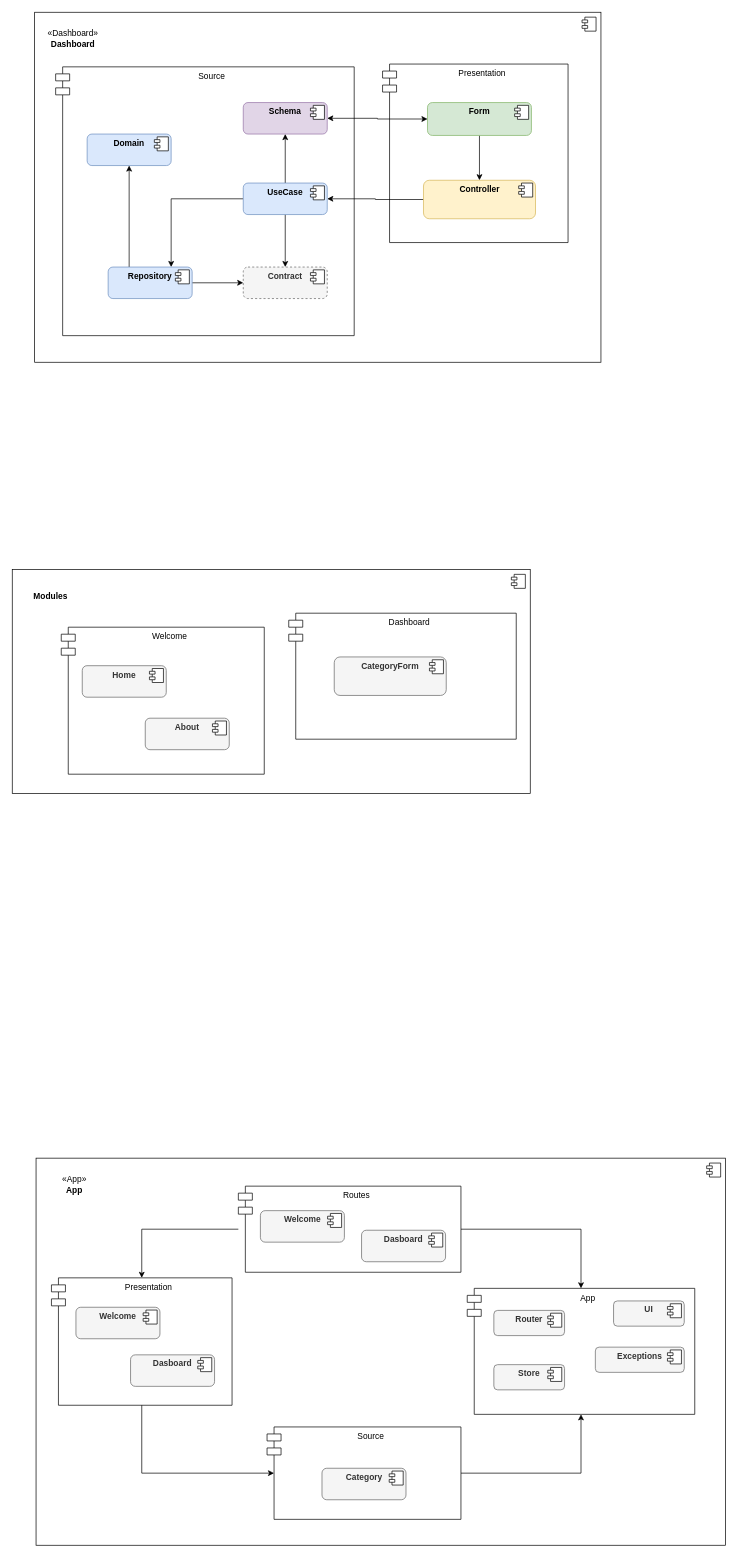
Before: diagram.drawio in wilcorrea/vuejs-clean-arch, a draw.io diagram. Source tidied: cells renumbered, new cells numbered last; positions are measured from the earlier drawing's top-left corner, leaving out a move shared by most shapes. Both pictures are drawn from the tidied source at 70%, with x=0, y=0 at pixel (12, 12).
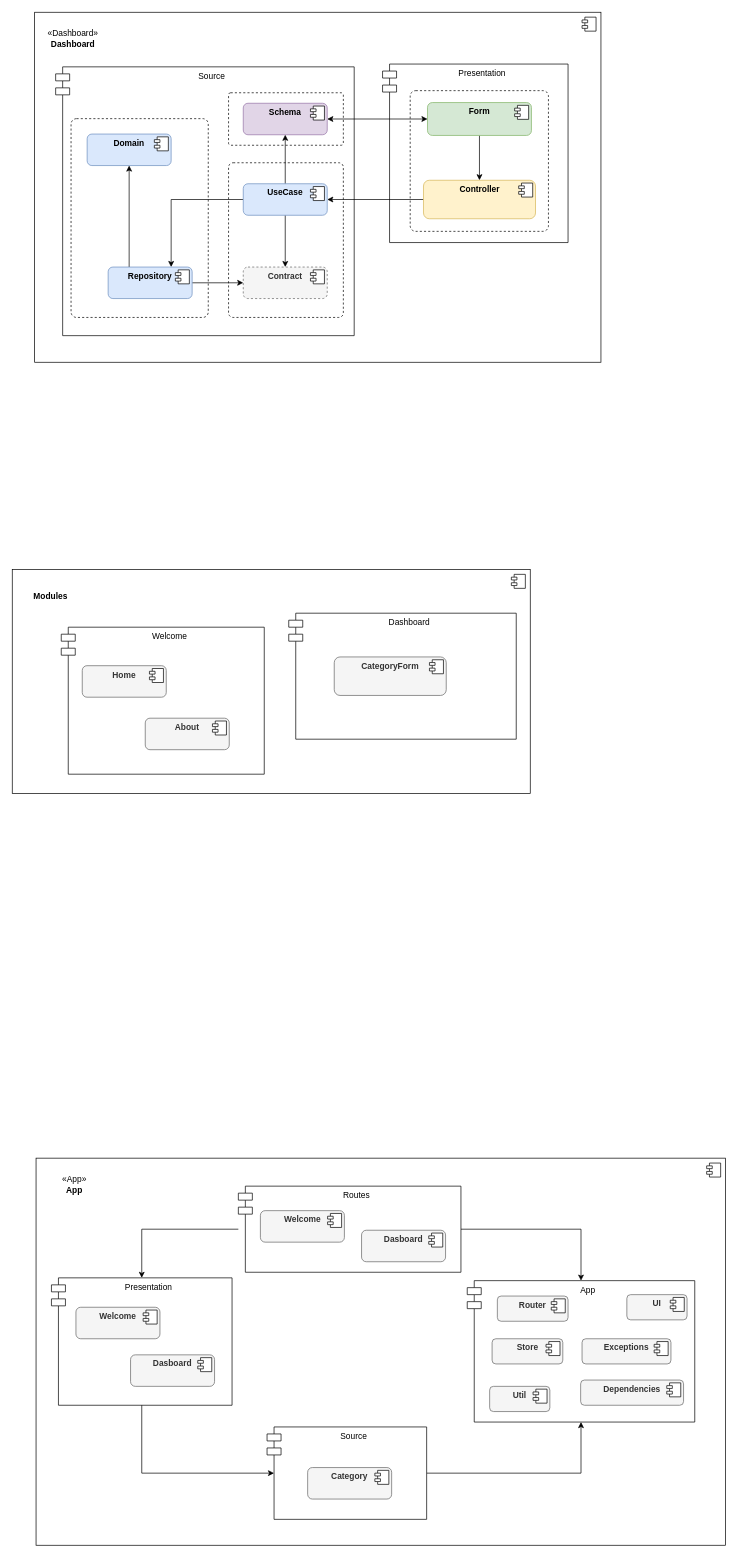
Above is the later version.

Diff of the diagram source:
```diff
@@
+    <mxCell id="13" style="html=1;" parent="1" vertex="1">
+      <mxGeometry x="32" width="809" height="500" as="geometry" />
+    </mxCell>
+    <mxCell id="14" style="shape=module;jettyWidth=8;jettyHeight=4;" parent="13" vertex="1">
+      <mxGeometry x="1" width="20" height="20" relative="1" as="geometry">
+        <mxPoint x="-27" y="7" as="offset" />
+      </mxGeometry>
+    </mxCell>
+    <mxCell id="17" value="Source" style="shape=module;align=left;spacingLeft=20;align=center;verticalAlign=top;" parent="1" vertex="1">
+      <mxGeometry x="62" y="78" width="426.5" height="384" as="geometry" />
+    </mxCell>
+    <mxCell id="69" style="rounded=1;whiteSpace=wrap;html=1;fillColor=none;dashed=1;arcSize=4;" parent="1" vertex="1">
+      <mxGeometry x="309" y="215" width="164" height="221" as="geometry" />
+    </mxCell>
@@
-    <mxCell id="13" style="html=1;" parent="1" vertex="1">
-      <mxGeometry x="32" width="809" height="500" as="geometry" />
-    </mxCell>
-    <mxCell id="14" style="shape=module;jettyWidth=8;jettyHeight=4;" parent="13" vertex="1">
-      <mxGeometry x="1" width="20" height="20" relative="1" as="geometry">
-        <mxPoint x="-27" y="7" as="offset" />
-      </mxGeometry>
-    </mxCell>
@@
-    <mxCell id="17" value="Source" style="shape=module;align=left;spacingLeft=20;align=center;verticalAlign=top;" parent="1" vertex="1">
-      <mxGeometry x="62" y="78" width="426.5" height="384" as="geometry" />
-    </mxCell>
     <mxCell id="18" value="&lt;p style=&quot;margin: 0px ; margin-top: 6px ; text-align: center&quot;&gt;&lt;b&gt;Schema&lt;/b&gt;&lt;/p&gt;" style="align=left;overflow=fill;html=1;rounded=1;fillColor=#e1d5e7;strokeColor=#9673a6;" parent="1" vertex="1">
-      <mxGeometry x="330" y="129" width="120" height="45" as="geometry" />
+      <mxGeometry x="330" y="130" width="120" height="45" as="geometry" />
     </mxCell>
@@
     <mxCell id="23" value="App" style="shape=module;align=left;spacingLeft=20;align=center;verticalAlign=top;" parent="1" vertex="1">
-      <mxGeometry x="650" y="1823" width="325" height="180" as="geometry" />
+      <mxGeometry x="650" y="1812" width="325" height="202" as="geometry" />
     </mxCell>
@@
     <mxCell id="30" value="Source" style="shape=module;align=left;spacingLeft=20;align=center;verticalAlign=top;" parent="1" vertex="1">
-      <mxGeometry x="364" y="2021" width="277" height="132" as="geometry" />
+      <mxGeometry x="364" y="2021" width="228" height="132" as="geometry" />
     </mxCell>
@@
     <mxCell id="39" value="&lt;p style=&quot;margin: 0px ; margin-top: 6px ; text-align: center&quot;&gt;&lt;b&gt;Category&lt;/b&gt;&lt;/p&gt;" style="align=left;overflow=fill;html=1;rounded=1;fillColor=#f5f5f5;strokeColor=#666666;fontColor=#333333;" parent="1" vertex="1">
-      <mxGeometry x="442.5" y="2080" width="120" height="45" as="geometry" />
+      <mxGeometry x="422" y="2079" width="120" height="45" as="geometry" />
     </mxCell>
@@
     <mxCell id="41" value="&lt;p style=&quot;margin: 0px ; margin-top: 6px ; text-align: center&quot;&gt;&lt;b&gt;Router&lt;/b&gt;&lt;/p&gt;" style="align=left;overflow=fill;html=1;rounded=1;fillColor=#f5f5f5;strokeColor=#666666;fontColor=#333333;" parent="1" vertex="1">
-      <mxGeometry x="688" y="1854.5" width="101" height="36" as="geometry" />
+      <mxGeometry x="693" y="1834" width="101" height="36" as="geometry" />
     </mxCell>
@@
     <mxCell id="43" value="&lt;p style=&quot;margin: 0px ; margin-top: 6px ; text-align: center&quot;&gt;&lt;b&gt;UI&lt;/b&gt;&lt;/p&gt;" style="align=left;overflow=fill;html=1;rounded=1;fillColor=#f5f5f5;strokeColor=#666666;fontColor=#333333;" parent="1" vertex="1">
-      <mxGeometry x="859" y="1841" width="101" height="36" as="geometry" />
+      <mxGeometry x="878" y="1832" width="86" height="36" as="geometry" />
     </mxCell>
@@
     <mxCell id="45" value="&lt;p style=&quot;margin: 0px ; margin-top: 6px ; text-align: center&quot;&gt;&lt;b&gt;Store&lt;/b&gt;&lt;/p&gt;" style="align=left;overflow=fill;html=1;rounded=1;fillColor=#f5f5f5;strokeColor=#666666;fontColor=#333333;" parent="1" vertex="1">
-      <mxGeometry x="688" y="1932" width="101" height="36" as="geometry" />
+      <mxGeometry x="685.5" y="1895" width="101" height="36" as="geometry" />
     </mxCell>
@@
     <mxCell id="47" value="&lt;p style=&quot;margin: 0px ; margin-top: 6px ; text-align: center&quot;&gt;&lt;b&gt;Exceptions&lt;/b&gt;&lt;/p&gt;" style="align=left;overflow=fill;html=1;rounded=1;fillColor=#f5f5f5;strokeColor=#666666;fontColor=#333333;" parent="1" vertex="1">
-      <mxGeometry x="833" y="1907" width="127" height="36" as="geometry" />
+      <mxGeometry x="814" y="1895" width="127" height="36" as="geometry" />
     </mxCell>
@@
     <mxCell id="52" value="&lt;p style=&quot;margin: 0px ; margin-top: 6px ; text-align: center&quot;&gt;&lt;b&gt;UseCase&lt;/b&gt;&lt;/p&gt;" style="align=left;overflow=fill;html=1;strokeColor=#6c8ebf;fillColor=#dae8fc;rounded=1;" parent="1" vertex="1">
-      <mxGeometry x="330" y="244" width="120" height="45" as="geometry" />
+      <mxGeometry x="330" y="245" width="120" height="45" as="geometry" />
     </mxCell>
@@
+    <mxCell id="70" value="&lt;p style=&quot;margin: 0px ; margin-top: 6px ; text-align: center&quot;&gt;&lt;b&gt;Dependencies&lt;/b&gt;&lt;/p&gt;" style="align=left;overflow=fill;html=1;rounded=1;fillColor=#f5f5f5;strokeColor=#666666;fontColor=#333333;" parent="1" vertex="1">
+      <mxGeometry x="812" y="1954" width="147" height="36" as="geometry" />
+    </mxCell>
+    <mxCell id="71" style="shape=component;jettyWidth=8;jettyHeight=4;" parent="70" vertex="1">
+      <mxGeometry x="1" width="20" height="20" relative="1" as="geometry">
+        <mxPoint x="-24" y="4" as="offset" />
+      </mxGeometry>
+    </mxCell>
+    <mxCell id="72" value="&lt;p style=&quot;margin: 0px ; margin-top: 6px ; text-align: center&quot;&gt;&lt;b&gt;Util&lt;/b&gt;&lt;/p&gt;" style="align=left;overflow=fill;html=1;rounded=1;fillColor=#f5f5f5;strokeColor=#666666;fontColor=#333333;" parent="1" vertex="1">
+      <mxGeometry x="682" y="1963" width="86" height="36" as="geometry" />
+    </mxCell>
+    <mxCell id="73" style="shape=component;jettyWidth=8;jettyHeight=4;" parent="72" vertex="1">
+      <mxGeometry x="1" width="20" height="20" relative="1" as="geometry">
+        <mxPoint x="-24" y="4" as="offset" />
+      </mxGeometry>
+    </mxCell>
+    <mxCell id="74" style="rounded=1;whiteSpace=wrap;html=1;fillColor=none;dashed=1;arcSize=4;" parent="1" vertex="1">
+      <mxGeometry x="84" y="152" width="196" height="284" as="geometry" />
+    </mxCell>
+    <mxCell id="75" style="rounded=1;whiteSpace=wrap;html=1;fillColor=none;dashed=1;arcSize=4;" parent="1" vertex="1">
+      <mxGeometry x="309" y="115" width="164" height="75" as="geometry" />
+    </mxCell>
+    <mxCell id="76" style="rounded=1;whiteSpace=wrap;html=1;fillColor=none;dashed=1;arcSize=4;" parent="1" vertex="1">
+      <mxGeometry x="568.5" y="112" width="197.5" height="201" as="geometry" />
+    </mxCell>
```
